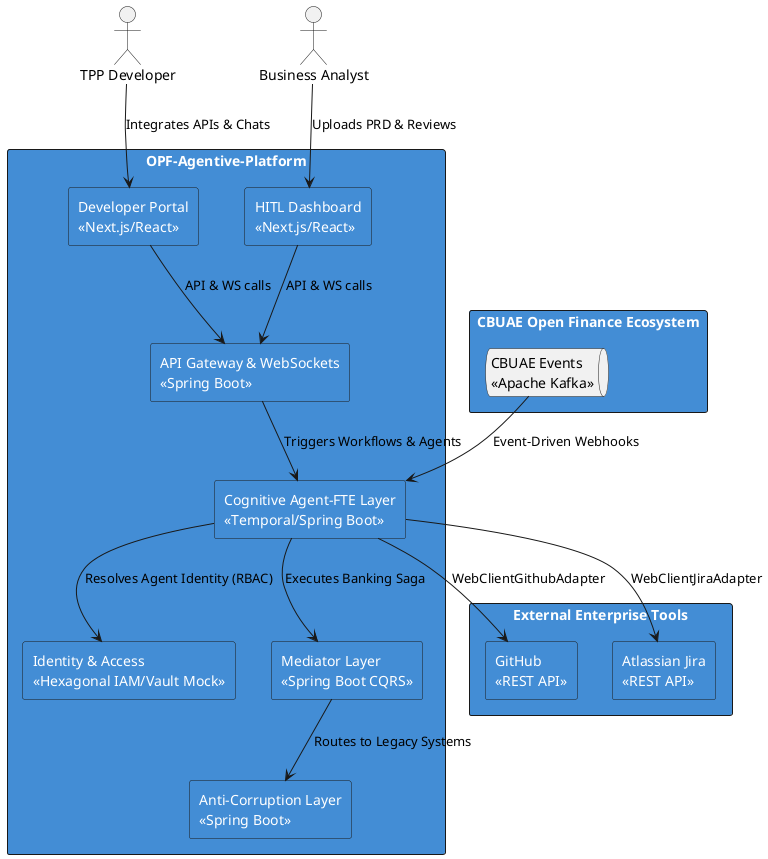
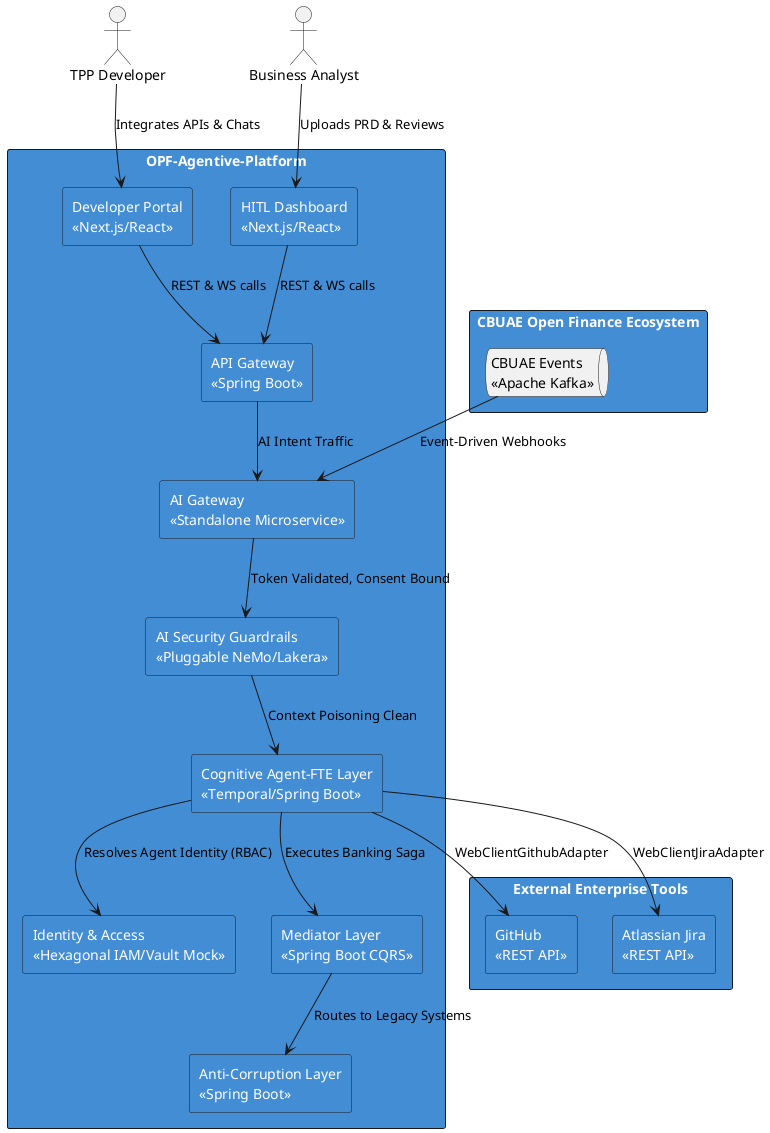
@startuml C4_Container
skinparam rectangle {
    BackgroundColor #438dd5
    FontColor white
}

actor "TPP Developer" as dev
actor "Business Analyst" as ba

rectangle "CBUAE Open Finance Ecosystem" {
    queue "CBUAE Events\n<<Apache Kafka>>" as kafka
}

rectangle "OPF-Agentive-Platform" {
    rectangle "Developer Portal\n<<Next.js/React>>" as devPortal
    rectangle "HITL Dashboard\n<<Next.js/React>>" as hitlPortal

-     rectangle "API Gateway & WebSockets\n<<Spring Boot>>" as gateway
+     rectangle "API Gateway\n<<Spring Boot>>" as apiGw
+     rectangle "AI Gateway\n<<Standalone Microservice>>" as aiGw
+ 
+     rectangle "AI Security Guardrails\n<<Pluggable NeMo/Lakera>>" as aiSec

    rectangle "Cognitive Agent-FTE Layer\n<<Temporal/Spring Boot>>" as cog
    rectangle "Identity & Access\n<<Hexagonal IAM/Vault Mock>>" as idp
    rectangle "Mediator Layer\n<<Spring Boot CQRS>>" as med
    rectangle "Anti-Corruption Layer\n<<Spring Boot>>" as acl
}

rectangle "External Enterprise Tools" {
    rectangle "GitHub\n<<REST API>>" as github
    rectangle "Atlassian Jira\n<<REST API>>" as jira
}

dev --> devPortal : Integrates APIs & Chats
ba --> hitlPortal : Uploads PRD & Reviews
- devPortal --> gateway : API & WS calls
- hitlPortal --> gateway : API & WS calls
- kafka --> cog : Event-Driven Webhooks
- gateway --> cog : Triggers Workflows & Agents
+ devPortal --> apiGw : REST & WS calls
+ hitlPortal --> apiGw : REST & WS calls
+ apiGw --> aiGw : AI Intent Traffic
+ kafka --> aiGw : Event-Driven Webhooks
+ aiGw --> aiSec : Token Validated, Consent Bound
+ aiSec --> cog : Context Poisoning Clean
cog --> idp : Resolves Agent Identity (RBAC)
cog --> github : WebClientGithubAdapter
cog --> jira : WebClientJiraAdapter
cog --> med : Executes Banking Saga
med --> acl : Routes to Legacy Systems

@enduml
